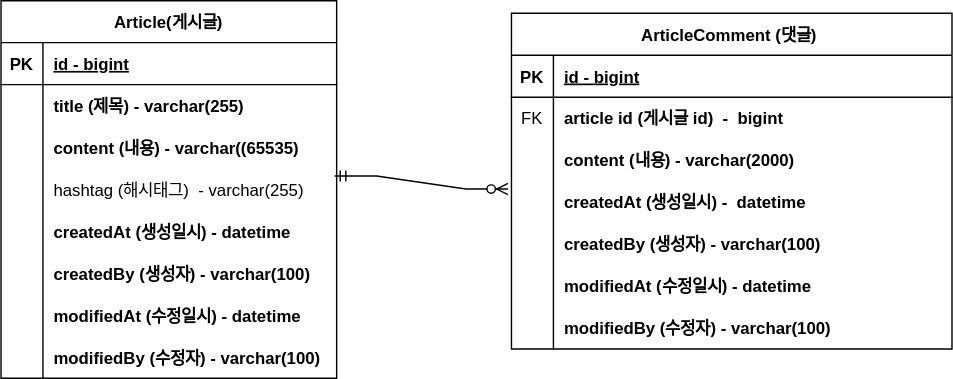
totheworld20212202/fastcampus-project-board keeps this draw.io diagram as document/project-board-erd.svg. Above is the earlier version. Source tidied: cells renumbered, new cells last; positions are measured from the earlier drawing's top-left corner, leaving out a move shared by most shapes.
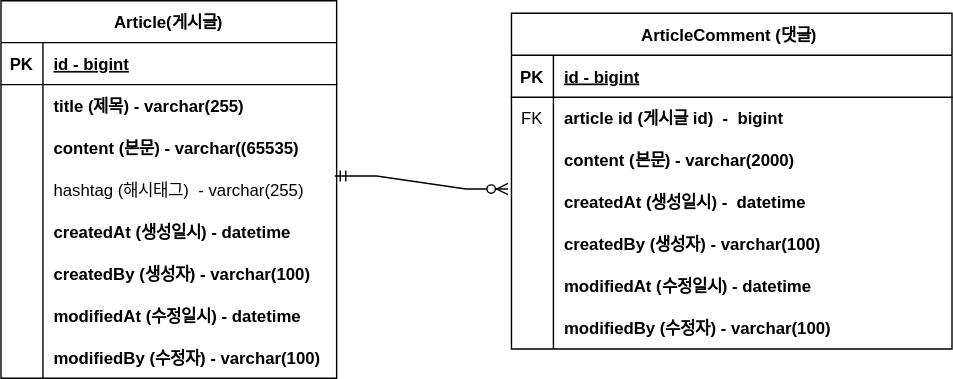
After the commit.

Commit message:
#8 - ERD 주석 업데이트 : project-board-erd.svg

Change to the diagram source:
```diff
@@ -29,7 +29,7 @@
     <mxCell id="10" style="shape=partialRectangle;fillColor=none;top=0;left=0;bottom=0;right=0;overflow=hidden;" parent="9" vertex="1">
       <mxGeometry width="30" height="30" as="geometry" />
     </mxCell>
-    <mxCell id="11" value="content (내용) - varchar((65535)" style="shape=partialRectangle;fillColor=none;top=0;left=0;bottom=0;right=0;align=left;spacingLeft=6;overflow=hidden;fontStyle=1;" parent="9" vertex="1">
+    <mxCell id="11" value="content (본문) - varchar((65535)" style="shape=partialRectangle;fillColor=none;top=0;left=0;bottom=0;right=0;align=left;spacingLeft=6;overflow=hidden;fontStyle=1;" parent="9" vertex="1">
       <mxGeometry x="30" width="210" height="30" as="geometry" />
     </mxCell>
     <mxCell id="12" style="shape=tableRow;horizontal=0;startSize=0;swimlaneHead=0;swimlaneBody=0;fillColor=none;points=[[0,0.5],[1,0.5]];portConstraint=eastwest;top=0;left=0;right=0;bottom=0;fontStyle=1;" parent="2" vertex="1">
@@ -104,7 +104,7 @@
     <mxCell id="35" value="   " style="shape=partialRectangle;fillColor=none;top=0;left=0;bottom=0;right=0;overflow=hidden;" parent="34" vertex="1">
       <mxGeometry width="30" height="30" as="geometry" />
     </mxCell>
-    <mxCell id="36" value="content (내용) - varchar(2000)" style="shape=partialRectangle;fillColor=none;top=0;left=0;bottom=0;right=0;align=left;spacingLeft=6;overflow=hidden;fontStyle=1;" parent="34" vertex="1">
+    <mxCell id="36" value="content (본문) - varchar(2000)" style="shape=partialRectangle;fillColor=none;top=0;left=0;bottom=0;right=0;align=left;spacingLeft=6;overflow=hidden;fontStyle=1;" parent="34" vertex="1">
       <mxGeometry x="30" width="285" height="30" as="geometry" />
     </mxCell>
     <mxCell id="37" style="shape=tableRow;horizontal=0;startSize=0;swimlaneHead=0;swimlaneBody=0;fillColor=none;points=[[0,0.5],[1,0.5]];portConstraint=eastwest;top=0;left=0;right=0;bottom=0;" parent="27" vertex="1">
```
